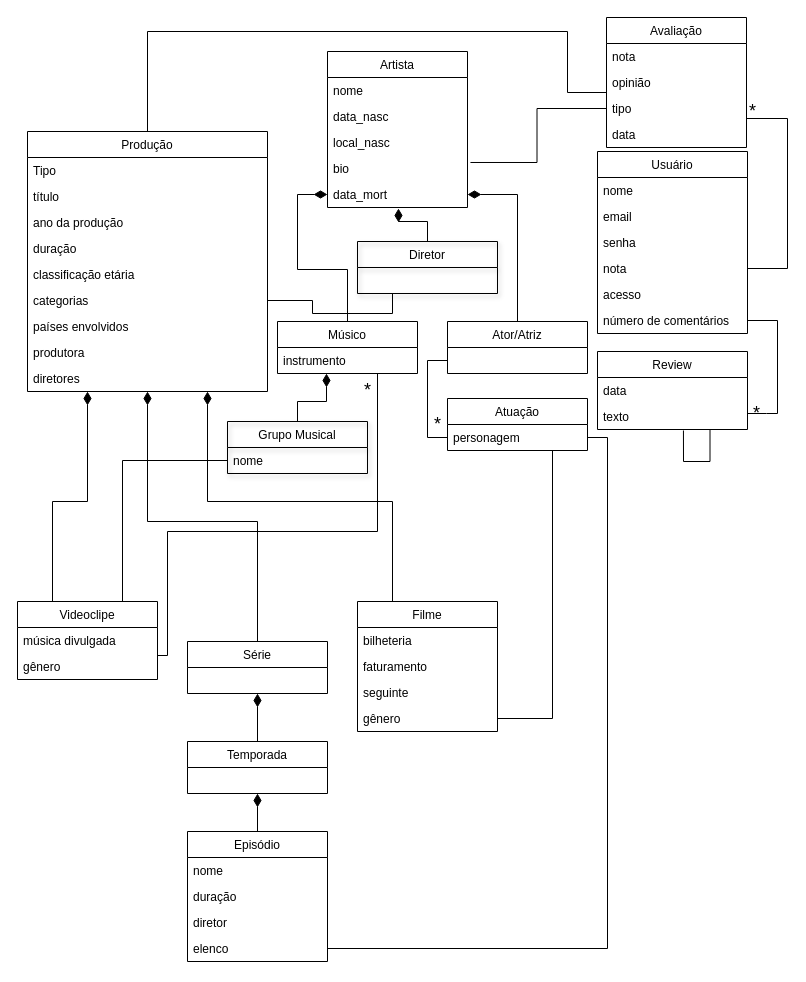
This is Exercício 5/Exercício_5.drawio from MateusdosAnjos/MAC0439, a draw.io file, before an edit. Source tidied: cells renumbered, new cells numbered last; positions are measured from the earlier drawing's top-left corner, leaving out a move shared by most shapes. Both pictures are drawn from the tidied source at 100%, with x=0, y=0 at pixel (17, 17).
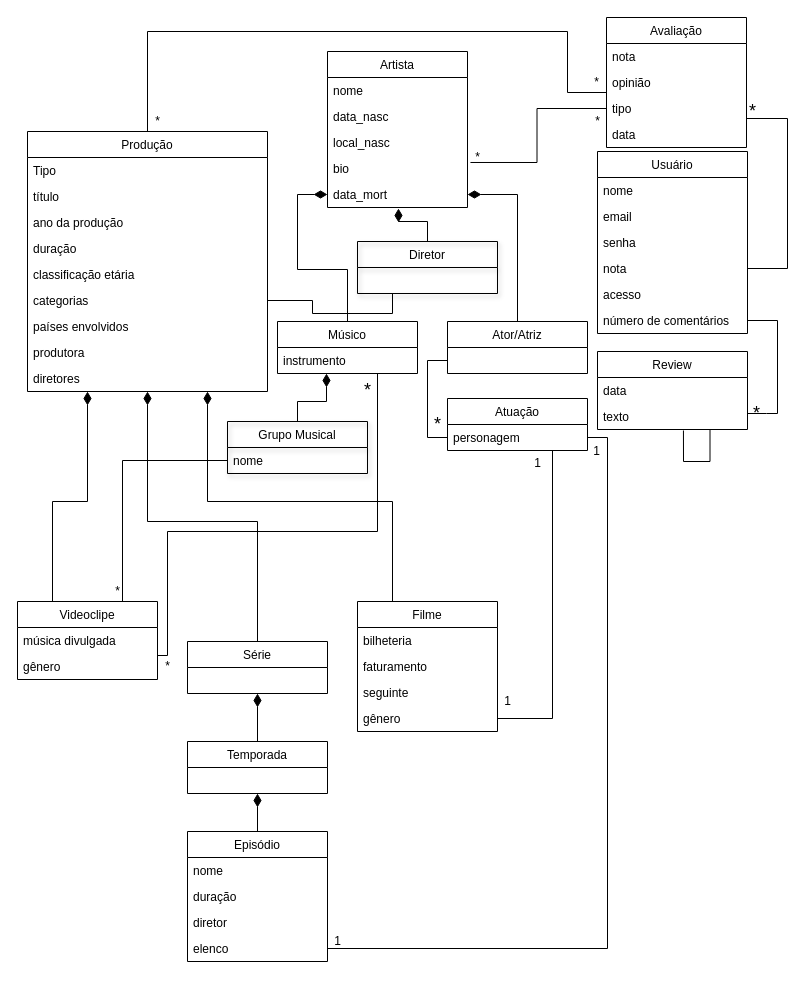
The same diagram, later.

The edit, as a diff of the source:
```diff
@@
+    <mxCell id="81" value="1" style="text;html=1;align=center;verticalAlign=middle;" parent="1" vertex="1">
+      <mxGeometry x="480" y="674" width="20" height="20" as="geometry" />
+    </mxCell>
+    <mxCell id="82" value="1" style="text;html=1;align=center;verticalAlign=middle;" parent="1" vertex="1">
+      <mxGeometry x="569" y="424" width="20" height="20" as="geometry" />
+    </mxCell>
+    <mxCell id="83" value="1" style="text;html=1;align=center;verticalAlign=middle;" parent="1" vertex="1">
+      <mxGeometry x="310" y="914" width="20" height="20" as="geometry" />
+    </mxCell>
+    <mxCell id="84" value="1" style="text;html=1;align=center;verticalAlign=middle;" parent="1" vertex="1">
+      <mxGeometry x="510" y="436" width="20" height="20" as="geometry" />
+    </mxCell>
+    <mxCell id="85" value="*" style="text;html=1;align=center;verticalAlign=middle;" parent="1" vertex="1">
+      <mxGeometry x="90" y="564" width="20" height="20" as="geometry" />
+    </mxCell>
+    <mxCell id="86" value="*" style="text;html=1;align=center;verticalAlign=middle;" parent="1" vertex="1">
+      <mxGeometry x="140" y="639" width="20" height="20" as="geometry" />
+    </mxCell>
+    <mxCell id="87" value="*" style="text;html=1;align=center;verticalAlign=middle;" parent="1" vertex="1">
+      <mxGeometry x="450" y="130" width="20" height="20" as="geometry" />
+    </mxCell>
+    <mxCell id="88" value="*" style="text;html=1;align=center;verticalAlign=middle;" parent="1" vertex="1">
+      <mxGeometry x="570" y="94" width="20" height="20" as="geometry" />
+    </mxCell>
+    <mxCell id="89" value="*" style="text;html=1;align=center;verticalAlign=middle;" parent="1" vertex="1">
+      <mxGeometry x="569" y="55" width="20" height="20" as="geometry" />
+    </mxCell>
+    <mxCell id="90" value="*" style="text;html=1;align=center;verticalAlign=middle;" parent="1" vertex="1">
+      <mxGeometry x="130" y="94" width="20" height="20" as="geometry" />
+    </mxCell>
```
